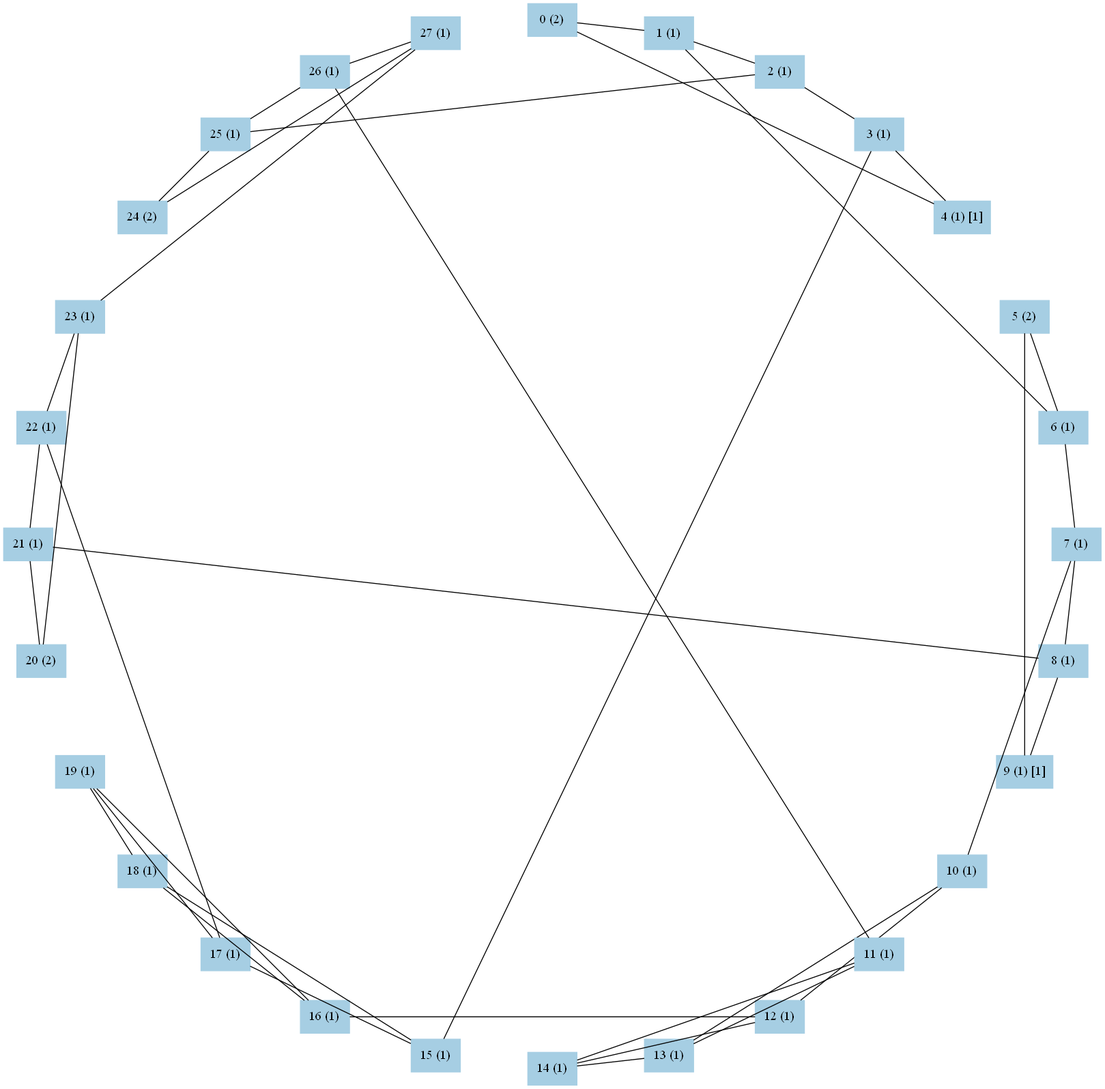
This is graph3.png from kohinigeee/kenkyuu, a Graphviz export, as it was before one commit. Its source is kept beside it as graph3.dot.
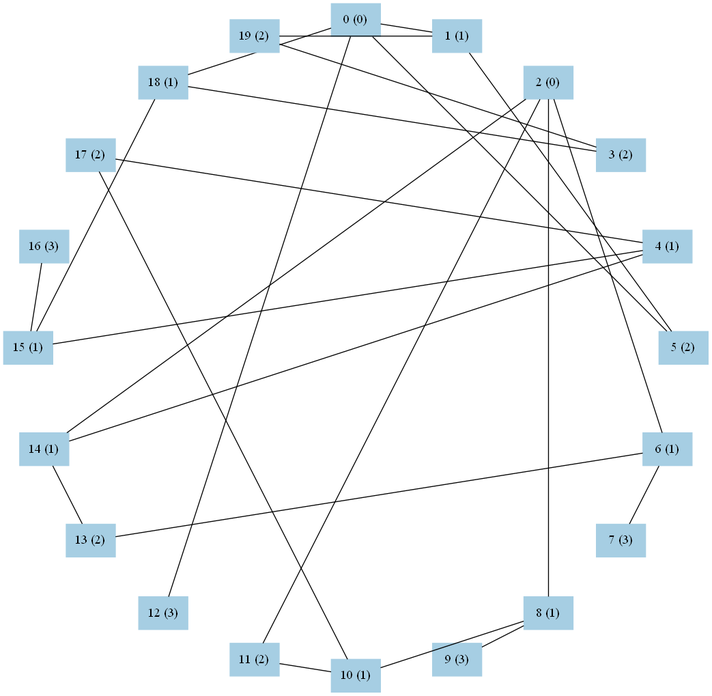
Above is the later version.

The edit, as a diff of the source:
```diff
@@ -11,156 +11,109 @@
 	subgraph cluster_sub0 {
 	node[ color=1 ]
 	0[
-		pos="5.000, 8.000!",
-		label="0 (2)"
+		pos="5.000, 5.000!",
+		label="0 (0)"
 	]
 	1[
-		pos="6.780, 7.799!",
+		pos="6.545, 4.755!",
 		label="1 (1)"
 	]
 	2[
-		pos="8.471, 7.208!",
-		label="2 (1)"
+		pos="7.939, 4.045!",
+		label="2 (0)"
 	]
 	3[
-		pos="9.988, 6.255!",
-		label="3 (1)"
+		pos="9.045, 2.939!",
+		label="3 (2)"
 	]
 	4[
-		pos="11.255, 4.988!",
-		label="4 (1) [1]"
+		pos="9.755, 1.545!",
+		label="4 (1)"
 	]
 	5[
-		pos="12.208, 3.471!",
+		pos="10.000, -0.000!",
 		label="5 (2)"
 	]
 	6[
-		pos="12.799, 1.780!",
+		pos="9.755, -1.545!",
 		label="6 (1)"
 	]
 	7[
-		pos="13.000, -0.000!",
-		label="7 (1)"
+		pos="9.045, -2.939!",
+		label="7 (3)"
 	]
 	8[
-		pos="12.799, -1.780!",
+		pos="7.939, -4.045!",
 		label="8 (1)"
 	]
 	9[
-		pos="12.208, -3.471!",
-		label="9 (1) [1]"
+		pos="6.545, -4.755!",
+		label="9 (3)"
 	]
 	10[
-		pos="11.255, -4.988!",
+		pos="5.000, -5.000!",
 		label="10 (1)"
 	]
 	11[
-		pos="9.988, -6.255!",
-		label="11 (1)"
+		pos="3.455, -4.755!",
+		label="11 (2)"
 	]
 	12[
-		pos="8.471, -7.208!",
-		label="12 (1)"
+		pos="2.061, -4.045!",
+		label="12 (3)"
 	]
 	13[
-		pos="6.780, -7.799!",
-		label="13 (1)"
+		pos="0.955, -2.939!",
+		label="13 (2)"
 	]
 	14[
-		pos="5.000, -8.000!",
+		pos="0.245, -1.545!",
 		label="14 (1)"
 	]
 	15[
-		pos="3.220, -7.799!",
+		pos="0.000, 0.000!",
 		label="15 (1)"
 	]
 	16[
-		pos="1.529, -7.208!",
-		label="16 (1)"
+		pos="0.245, 1.545!",
+		label="16 (3)"
 	]
 	17[
-		pos="0.012, -6.255!",
-		label="17 (1)"
+		pos="0.955, 2.939!",
+		label="17 (2)"
 	]
 	18[
-		pos="-1.255, -4.988!",
+		pos="2.061, 4.045!",
 		label="18 (1)"
 	]
 	19[
-		pos="-2.208, -3.471!",
-		label="19 (1)"
-	]
-	20[
-		pos="-2.799, -1.780!",
-		label="20 (2)"
-	]
-	21[
-		pos="-3.000, -0.000!",
-		label="21 (1)"
-	]
-	22[
-		pos="-2.799, 1.780!",
-		label="22 (1)"
-	]
-	23[
-		pos="-2.208, 3.471!",
-		label="23 (1)"
-	]
-	24[
-		pos="-1.255, 4.988!",
-		label="24 (2)"
-	]
-	25[
-		pos="0.012, 6.255!",
-		label="25 (1)"
-	]
-	26[
-		pos="1.529, 7.208!",
-		label="26 (1)"
-	]
-	27[
-		pos="3.220, 7.799!",
-		label="27 (1)"
+		pos="3.455, 4.755!",
+		label="19 (2)"
 	]
 	}
 
-	0--4
+	0--12
 	0--1
-	1--2
-	1--6
-	2--3
-	2--25
-	3--4
-	3--15
-	5--9
-	5--6
+	0--18
+	0--5
+	1--19
+	1--5
+	2--14
+	2--6
+	2--8
+	2--11
+	3--18
+	3--19
+	4--17
+	4--14
+	4--15
+	6--13
 	6--7
-	7--8
-	7--10
+	8--10
 	8--9
-	8--21
-	10--12
-	10--13
-	11--14
-	11--13
-	11--26
-	12--14
-	12--16
+	10--17
+	10--11
 	13--14
-	15--17
 	15--18
-	16--19
-	16--18
-	17--19
-	17--22
-	18--19
-	20--23
-	20--21
-	21--22
-	22--23
-	23--27
-	24--27
-	24--25
-	25--26
-	26--27
+	15--16
 }
```
